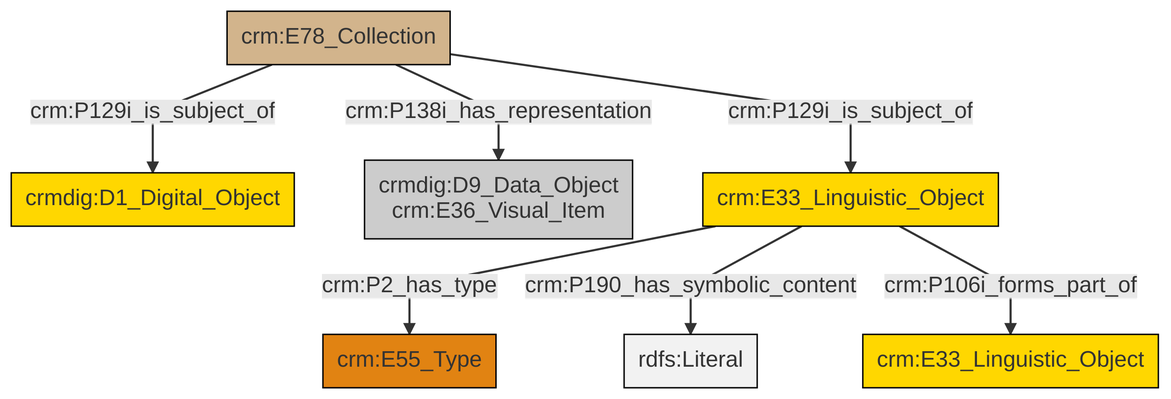
swiss-art-research-net/docs.swissartresearch keeps this Mermaid diagram as et/archivalCSV/ttl/mmd/png/archival_docs.png. Above is the earlier version. Its source is kept beside it as et/archivalCSV/ttl/mmd/archival_docs.ttl.mmd.
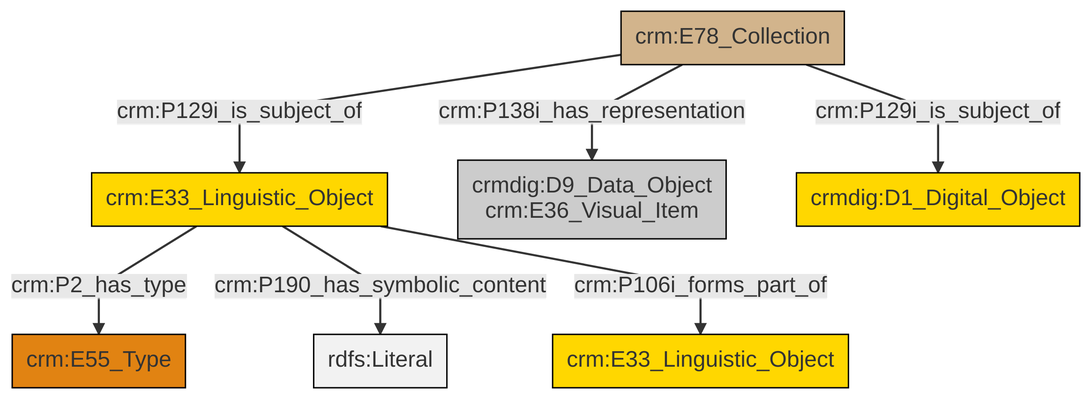
After the change.

The edit, as a diff of the source:
```diff
@@ -13,9 +13,9 @@
 classDef PC_Classes fill:#4ce600, stroke:#000000;
 classDef Multi fill:#cccccc,stroke:#000000;
 
-0["crm:E78_Collection"]:::Physical_Thing -->|crm:P129i_is_subject_of| 1["crmdig:D1_Digital_Object"]:::Conceptual_Object
-0["crm:E78_Collection"]:::Physical_Thing -->|crm:P138i_has_representation| 4["crmdig:D9_Data_Object<br>crm:E36_Visual_Item"]:::Multi
-6["crm:E33_Linguistic_Object"]:::Conceptual_Object -->|crm:P2_has_type| 2["crm:E55_Type"]:::Type
-6["crm:E33_Linguistic_Object"]:::Conceptual_Object -->|crm:P190_has_symbolic_content| 11[rdfs:Literal]:::Literal
-6["crm:E33_Linguistic_Object"]:::Conceptual_Object -->|crm:P106i_forms_part_of| 8["crm:E33_Linguistic_Object"]:::Conceptual_Object
-0["crm:E78_Collection"]:::Physical_Thing -->|crm:P129i_is_subject_of| 6["crm:E33_Linguistic_Object"]:::Conceptual_Object
+0["crm:E33_Linguistic_Object"]:::Conceptual_Object -->|crm:P2_has_type| 1["crm:E55_Type"]:::Type
+4["crm:E78_Collection"]:::Physical_Thing -->|crm:P138i_has_representation| 5["crmdig:D9_Data_Object<br>crm:E36_Visual_Item"]:::Multi
+0["crm:E33_Linguistic_Object"]:::Conceptual_Object -->|crm:P190_has_symbolic_content| 8[rdfs:Literal]:::Literal
+4["crm:E78_Collection"]:::Physical_Thing -->|crm:P129i_is_subject_of| 10["crmdig:D1_Digital_Object"]:::Conceptual_Object
+4["crm:E78_Collection"]:::Physical_Thing -->|crm:P129i_is_subject_of| 0["crm:E33_Linguistic_Object"]:::Conceptual_Object
+0["crm:E33_Linguistic_Object"]:::Conceptual_Object -->|crm:P106i_forms_part_of| 2["crm:E33_Linguistic_Object"]:::Conceptual_Object
```
